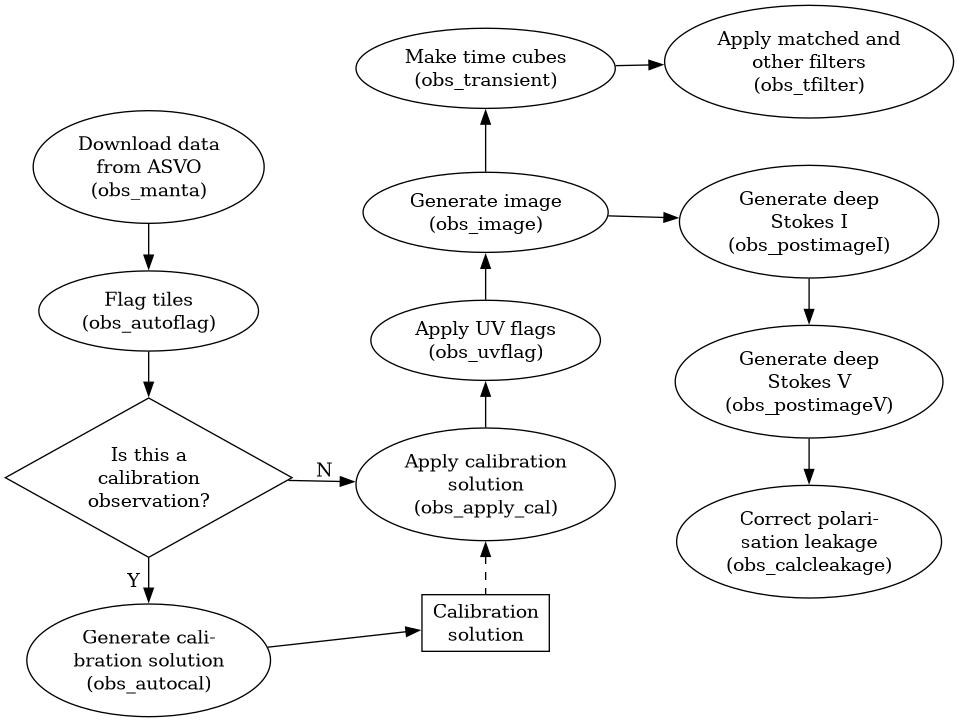
This is doc/images/processing_pipeline_overview.png from robotopia/MWA-Galactic-Plane-Monitoring, a Graphviz export, as it was before one commit. Its source is kept beside it as doc/images/processing_pipeline_overview.dot.
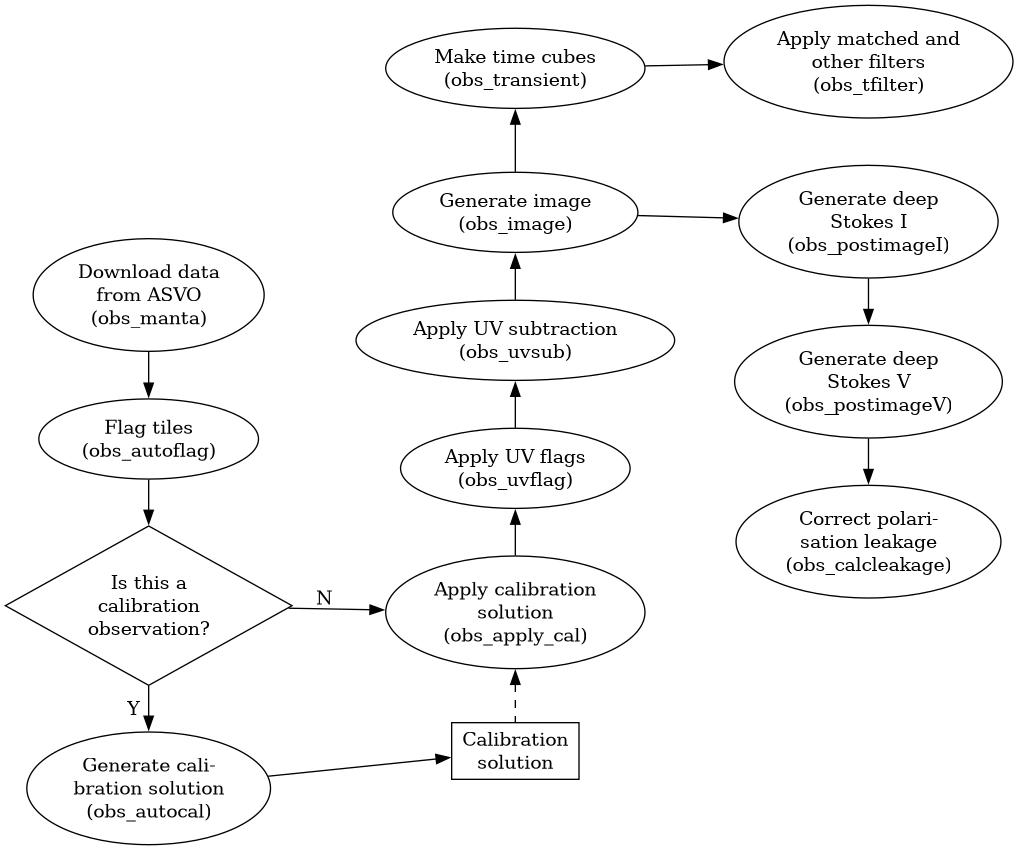
Later version of the same file.

Commit message:
Added uvsub to pipeline (untested)

The edit, as a diff of the source:
```diff
@@ -19,6 +19,7 @@
   autocal [label="Generate cali-\nbration solution\n(obs_autocal)"];
   apply_cal [label="Apply calibration\nsolution\n(obs_apply_cal)"];
   uvflag [label="Apply UV flags\n(obs_uvflag)"];
+  uvsub [label="Apply UV subtraction\n(obs_uvsub)"];
   image [label="Generate image\n(obs_image)"];
   postimageI [label="Generate deep\nStokes I\n(obs_postimageI)"];
   postimageV [label="Generate deep\nStokes V\n(obs_postimageV)"];
@@ -27,7 +28,8 @@
   manta -> autoflag -> is_cal;
   is_cal -> autocal [label="Y"];
   autocal -> calsol;
-  image -> uvflag [dir=back];
+  image -> uvsub [dir=back];
+  uvsub -> uvflag [dir=back];
   uvflag -> apply_cal [dir=back];
   transient -> image [dir=back];
   tfilter -> postimageI [style=invis];
@@ -38,6 +40,6 @@
   is_cal -> apply_cal [label="N"];
 
   {rank="same"; manta; autoflag; is_cal; autocal;}
-  {rank="same"; apply_cal; calsol; uvflag; image; transient;}
+  {rank="same"; apply_cal; calsol; uvflag; uvsub; image; transient;}
   {rank="same"; tfilter; postimageI; postimageV; calc_leakage;}
 }
```
